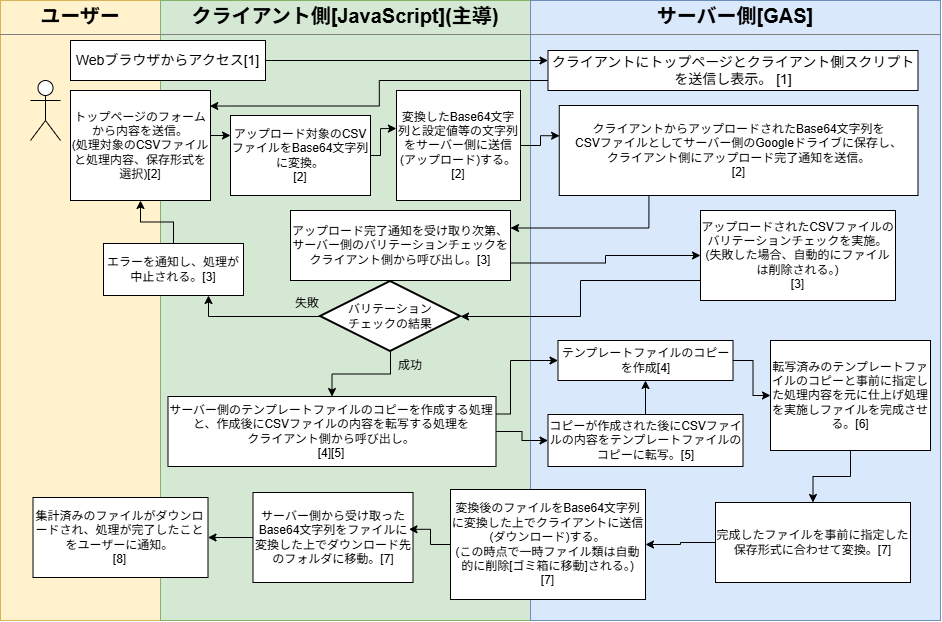
The draw.io diagram process-flow-drawio.png in kimurad101/WeatherDataTotalizer-standalone, before a commit. Source tidied: cells renumbered, new cells last; positions are measured from the earlier drawing's top-left corner, leaving out a move shared by most shapes.
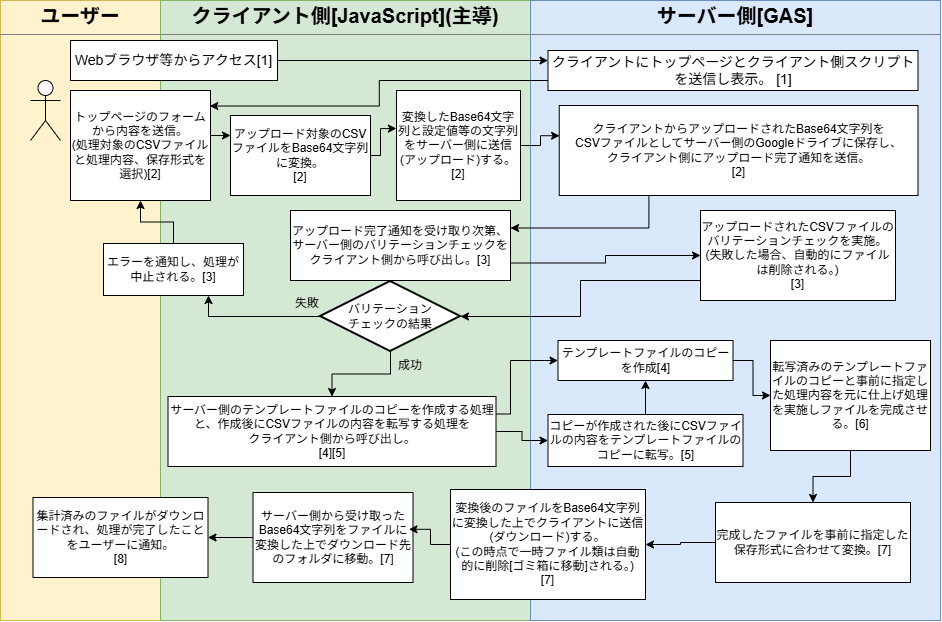
Above is the later version.

Commit message:
フロー図を一部修正。

Change to the diagram source:
```diff
@@ -75,8 +75,8 @@
     <mxCell id="24" style="edgeStyle=orthogonalEdgeStyle;rounded=0;jettySize=auto;html=1;exitX=1;exitY=0.5;exitDx=0;exitDy=0;entryX=0;entryY=0.25;entryDx=0;entryDy=0;defaultLabelBackgroundColor=page;" parent="1" edge="1" source="25" target="11">
       <mxGeometry relative="1" as="geometry" />
     </mxCell>
-    <mxCell id="25" value="&lt;span style=&quot;font-size: 14px;&quot;&gt;Webブラウザからアクセス[1]&lt;/span&gt;" style="html=1;whiteSpace=wrap;" parent="1" vertex="1">
-      <mxGeometry x="70" y="40" width="195" height="40" as="geometry" />
+    <mxCell id="25" value="&lt;span style=&quot;font-size: 14px;&quot;&gt;Webブラウザ等からアクセス[1]&lt;/span&gt;" style="html=1;whiteSpace=wrap;" parent="1" vertex="1">
+      <mxGeometry x="70" y="40" width="207" height="40" as="geometry" />
     </mxCell>
     <mxCell id="26" value="失敗" style="text;html=1;whiteSpace=wrap;strokeColor=none;fillColor=none;align=center;verticalAlign=middle;rounded=0;" parent="1" vertex="1">
       <mxGeometry x="277" y="288" width="60" height="30" as="geometry" />
```
